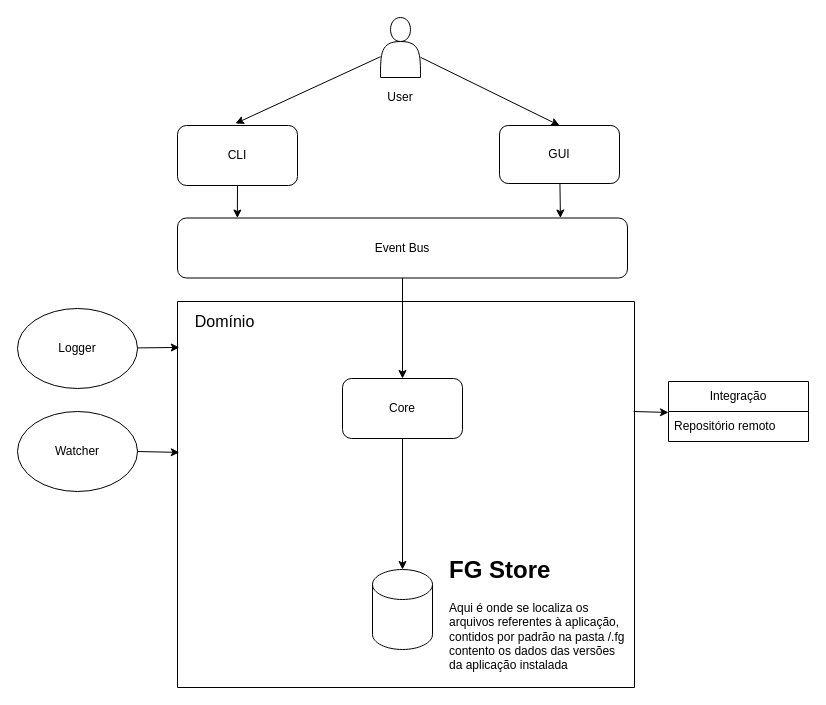
Earlier version of the draw.io diagram Arch.drawio (lem3s/fg). Source tidied: cells renumbered, new cells numbered last; positions are measured from the earlier drawing's top-left corner, leaving out a move shared by most shapes. Both pictures are drawn from the tidied source at 100%, with x=0, y=0 at pixel (17, 17).
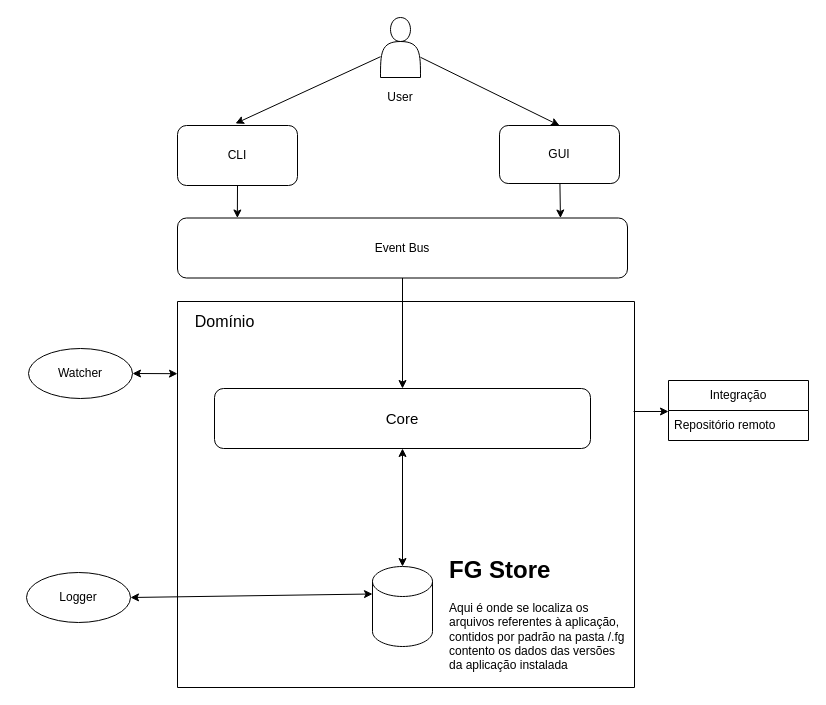
After the change.

The change refers to these unchanged cells:
```xml
<mxCell id="20" style="swimlane;startSize=0;" parent="1" vertex="1">
  <mxGeometry x="160" y="284" width="457" height="386" as="geometry" />
</mxCell>
```

Change to the diagram source:
```diff
@@
-    <mxCell id="2" style="shape=cylinder3;whiteSpace=wrap;html=1;boundedLbl=1;backgroundOutline=1;size=15;strokeColor=default;" parent="1" vertex="1">
-      <mxGeometry x="355" y="552" width="60" height="80" as="geometry" />
-    </mxCell>
-    <mxCell id="3" value="Core" style="rounded=1;whiteSpace=wrap;html=1;" parent="1" vertex="1">
-      <mxGeometry x="325" y="361" width="120" height="60" as="geometry" />
-    </mxCell>
@@
     <mxCell id="7" value="Integração" style="swimlane;fontStyle=0;horizontal=1;startSize=30;whiteSpace=wrap;html=1;" parent="1" vertex="1">
-      <mxGeometry x="651" y="364" width="140" height="60" as="geometry" />
+      <mxGeometry x="651" y="363" width="140" height="60" as="geometry" />
     </mxCell>
@@
-    <mxCell id="11" style="edgeStyle=none;html=1;exitX=0.5;exitY=1;exitDx=0;exitDy=0;entryX=0.5;entryY=0;entryDx=0;entryDy=0;entryPerimeter=0;" parent="1" edge="1" source="3" target="2">
-      <mxGeometry relative="1" as="geometry" />
-    </mxCell>
@@
+    <mxCell id="3" value="&lt;font style=&quot;font-size: 15px;&quot;&gt;Core&lt;/font&gt;" style="rounded=1;whiteSpace=wrap;html=1;" parent="20" vertex="1">
+      <mxGeometry x="37" y="87" width="376" height="60" as="geometry" />
+    </mxCell>
+    <mxCell id="2" style="shape=cylinder3;whiteSpace=wrap;html=1;boundedLbl=1;backgroundOutline=1;size=15;strokeColor=default;" parent="20" vertex="1">
+      <mxGeometry x="195" y="265" width="60" height="80" as="geometry" />
+    </mxCell>
+    <mxCell id="11" style="endArrow=classic;startArrow=classic;html=1;exitX=0.5;exitY=1;exitDx=0;exitDy=0;entryX=0.5;entryY=0;entryDx=0;entryDy=0;entryPerimeter=0;" parent="20" edge="1" source="3" target="2">
+      <mxGeometry relative="1" as="geometry" />
+    </mxCell>
     <mxCell id="22" value="Logger" style="ellipse;whiteSpace=wrap;html=1;" parent="1" vertex="1">
-      <mxGeometry y="291" width="120" height="80" as="geometry" />
+      <mxGeometry x="9" y="555" width="104" height="50" as="geometry" />
     </mxCell>
     <mxCell id="23" value="Watcher" style="ellipse;whiteSpace=wrap;html=1;" parent="1" vertex="1">
-      <mxGeometry y="394" width="120" height="80" as="geometry" />
+      <mxGeometry x="11" y="331" width="104" height="50" as="geometry" />
     </mxCell>
+    <mxCell id="26" style="endArrow=classic;startArrow=classic;html=1;exitX=1;exitY=0.5;exitDx=0;exitDy=0;entryX=0;entryY=0;entryDx=0;entryDy=27.5;entryPerimeter=0;" parent="1" edge="1" source="22" target="2">
+      <mxGeometry relative="1" as="geometry" />
+    </mxCell>
-    <mxCell id="24" style="edgeStyle=none;html=1;entryX=0.004;entryY=0.391;entryDx=0;entryDy=0;entryPerimeter=0;" parent="1" edge="1" source="23" target="20">
+    <mxCell id="24" style="endArrow=classic;startArrow=classic;html=1;exitX=1;exitY=0.5;exitDx=0;exitDy=0;entryX=0;entryY=0.187;entryDx=0;entryDy=0;entryPerimeter=0;" parent="1" edge="1" source="23" target="20">
       <mxGeometry relative="1" as="geometry" />
     </mxCell>
-    <mxCell id="25" style="edgeStyle=none;html=1;entryX=0.004;entryY=0.119;entryDx=0;entryDy=0;entryPerimeter=0;" parent="1" edge="1" source="22" target="20">
-      <mxGeometry relative="1" as="geometry" />
-    </mxCell>
```
